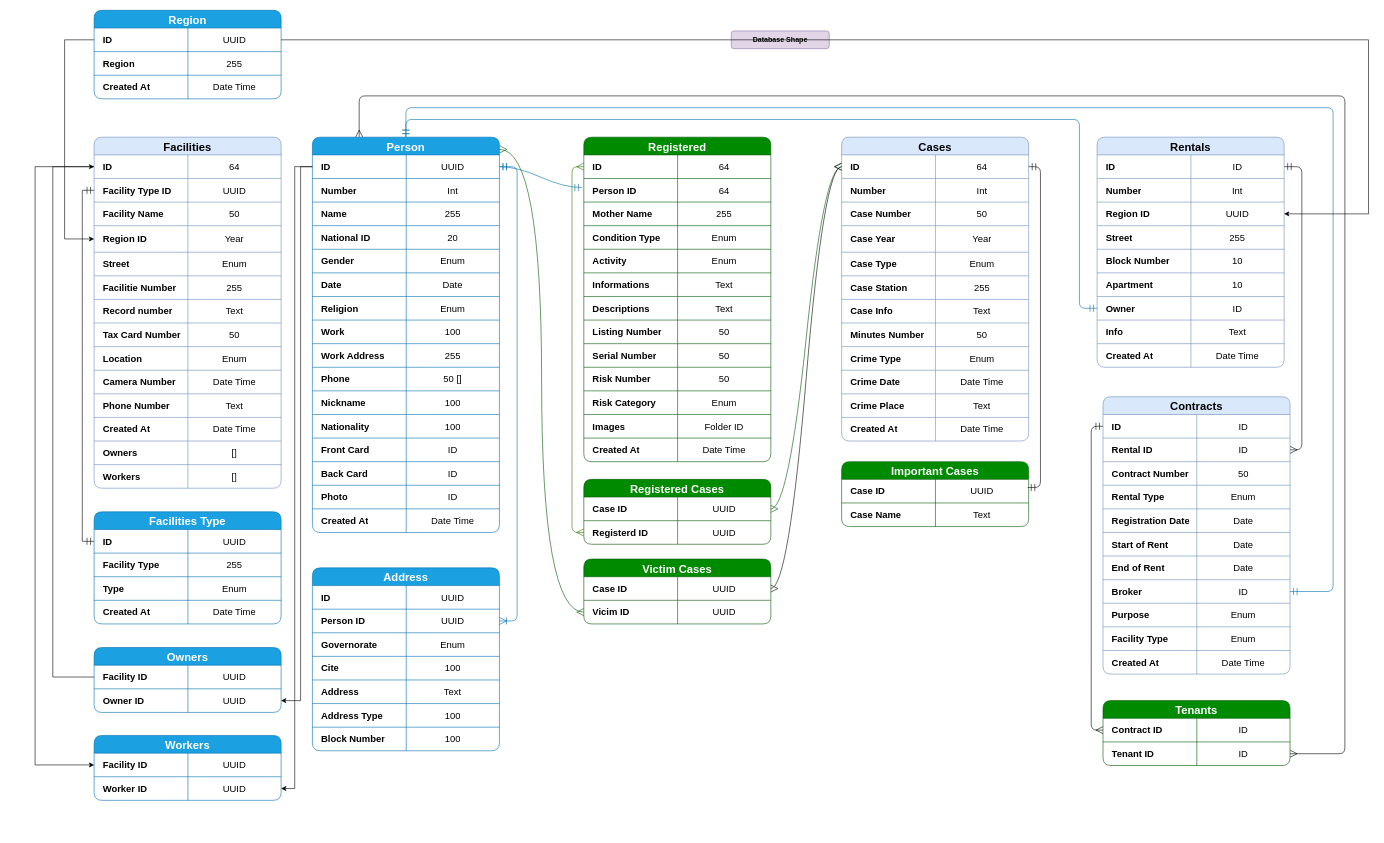
Above: archive.drawio in JS-Developer-HM/draft0 (draw.io), before the change. Source tidied: cells renumbered, new cells numbered last; positions are measured from the earlier drawing's top-left corner, leaving out a move shared by most shapes. Both pictures are drawn from the tidied source at 59%, with x=0, y=0 at pixel (35, 10).
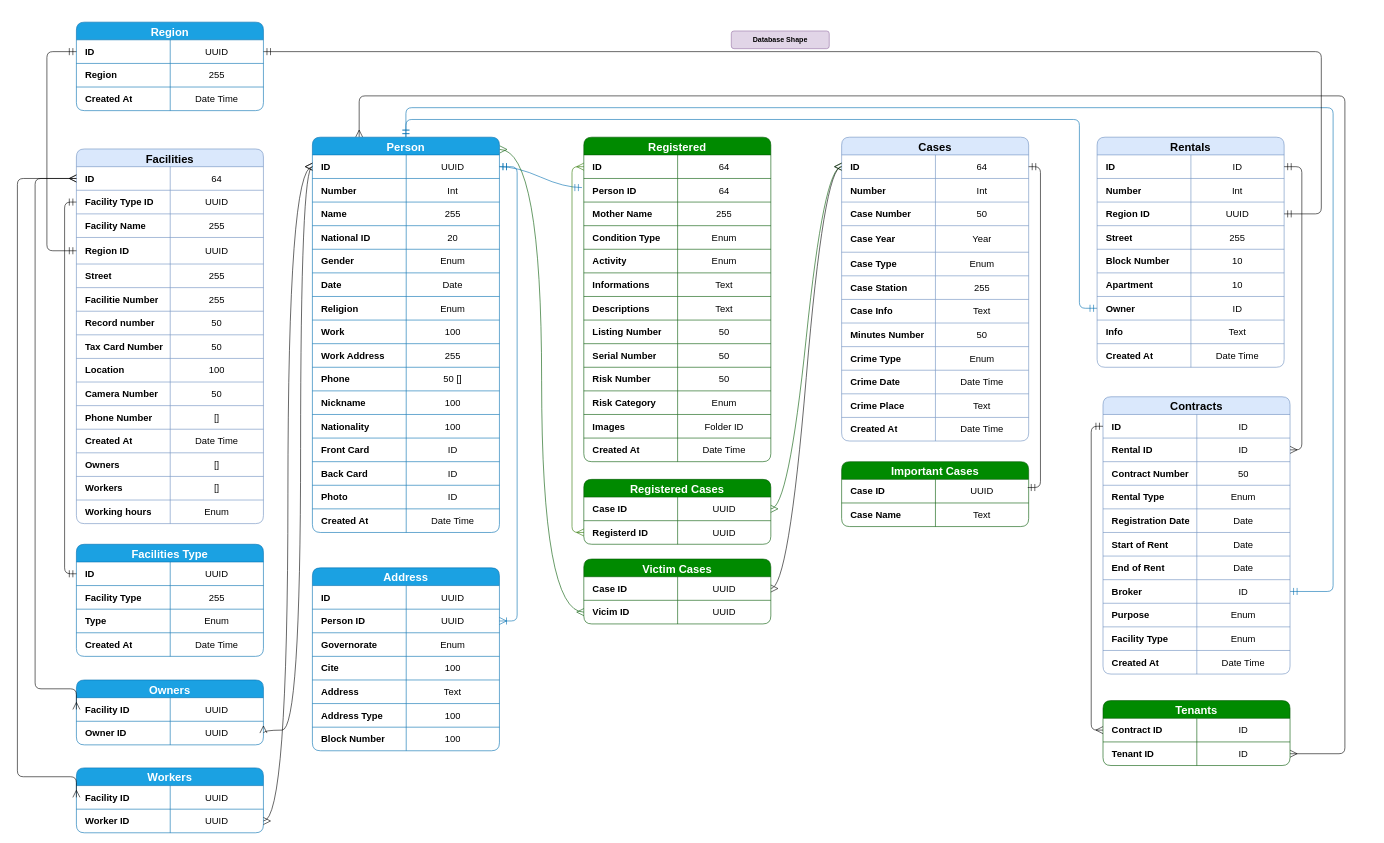
The same page after the edit.

The change refers to these unchanged cells:
```xml
<mxCell id="7" style="shape=tableRow;horizontal=0;startSize=0;swimlaneHead=0;swimlaneBody=0;strokeColor=inherit;top=0;left=0;bottom=0;right=0;fillColor=none;points=[[0,0.5],[1,0.5]];portConstraint=eastwest;fontSize=16;shadow=0;" parent="6" vertex="1">
  <mxGeometry y="30" width="317" height="40" as="geometry" />
</mxCell>
<mxCell id="189" style="shape=tableRow;horizontal=0;startSize=0;swimlaneHead=0;swimlaneBody=0;strokeColor=inherit;top=0;left=0;bottom=0;right=0;fillColor=none;points=[[0,0.5],[1,0.5]];portConstraint=eastwest;fontSize=16;shadow=0;" parent="182" vertex="1">
  <mxGeometry y="110" width="317" height="40" as="geometry" />
</mxCell>
<mxCell id="254" style="shape=tableRow;horizontal=0;startSize=0;swimlaneHead=0;swimlaneBody=0;strokeColor=inherit;top=0;left=0;bottom=0;right=0;fillColor=none;points=[[0,0.5],[1,0.5]];portConstraint=eastwest;fontSize=16;shadow=0;" parent="253" vertex="1">
  <mxGeometry y="30" width="317" height="40" as="geometry" />
</mxCell>
<mxCell id="257" style="shape=tableRow;horizontal=0;startSize=0;swimlaneHead=0;swimlaneBody=0;strokeColor=inherit;top=0;left=0;bottom=0;right=0;fillColor=none;points=[[0,0.5],[1,0.5]];portConstraint=eastwest;fontSize=16;shadow=0;" parent="253" vertex="1">
  <mxGeometry y="70" width="317" height="40" as="geometry" />
</mxCell>
<mxCell id="260" style="shape=tableRow;horizontal=0;startSize=0;swimlaneHead=0;swimlaneBody=0;strokeColor=inherit;top=0;left=0;bottom=0;right=0;fillColor=none;fontSize=16;shadow=0;" parent="253" vertex="1">
  <mxGeometry y="110" width="317" height="40" as="geometry" />
</mxCell>
<mxCell id="263" style="shape=tableRow;horizontal=0;startSize=0;swimlaneHead=0;swimlaneBody=0;strokeColor=inherit;top=0;left=0;bottom=0;right=0;fillColor=none;points=[[0,0.5],[1,0.5]];portConstraint=eastwest;fontSize=16;shadow=0;" parent="253" vertex="1">
  <mxGeometry y="150" width="317" height="45" as="geometry" />
</mxCell>
<mxCell id="266" style="shape=tableRow;horizontal=0;startSize=0;swimlaneHead=0;swimlaneBody=0;strokeColor=inherit;top=0;left=0;bottom=0;right=0;fillColor=none;fontSize=16;shadow=0;" parent="253" vertex="1">
  <mxGeometry y="195" width="317" height="40" as="geometry" />
</mxCell>
<mxCell id="272" style="shape=tableRow;horizontal=0;startSize=0;swimlaneHead=0;swimlaneBody=0;strokeColor=inherit;top=0;left=0;bottom=0;right=0;fillColor=none;fontSize=16;shadow=0;" parent="253" vertex="1">
  <mxGeometry y="275" width="317" height="40" as="geometry" />
</mxCell>
<mxCell id="278" style="shape=tableRow;horizontal=0;startSize=0;swimlaneHead=0;swimlaneBody=0;strokeColor=inherit;top=0;left=0;bottom=0;right=0;fillColor=none;fontSize=16;shadow=0;" parent="253" vertex="1">
  <mxGeometry y="355" width="317" height="40" as="geometry" />
</mxCell>
<mxCell id="281" style="shape=tableRow;horizontal=0;startSize=0;swimlaneHead=0;swimlaneBody=0;strokeColor=inherit;top=0;left=0;bottom=0;right=0;fillColor=none;fontSize=16;shadow=0;" parent="253" vertex="1">
  <mxGeometry y="395" width="317" height="40" as="geometry" />
</mxCell>
<mxCell id="284" style="shape=tableRow;horizontal=0;startSize=0;swimlaneHead=0;swimlaneBody=0;strokeColor=inherit;top=0;left=0;bottom=0;right=0;fillColor=none;fontSize=16;shadow=0;" parent="253" vertex="1">
  <mxGeometry y="435" width="317" height="40" as="geometry" />
</mxCell>
<mxCell id="297" style="shape=tableRow;horizontal=0;startSize=0;swimlaneHead=0;swimlaneBody=0;strokeColor=inherit;top=0;left=0;bottom=0;right=0;fillColor=none;points=[[0,0.5],[1,0.5]];portConstraint=eastwest;fontSize=16;shadow=0;" parent="296" vertex="1">
  <mxGeometry y="30" width="317" height="40" as="geometry" />
</mxCell>
<mxCell id="311" style="shape=tableRow;horizontal=0;startSize=0;swimlaneHead=0;swimlaneBody=0;strokeColor=inherit;top=0;left=0;bottom=0;right=0;fillColor=none;points=[[0,0.5],[1,0.5]];portConstraint=eastwest;fontSize=16;shadow=0;" parent="310" vertex="1">
  <mxGeometry y="30" width="317" height="40" as="geometry" />
</mxCell>
<mxCell id="323" style="shape=tableRow;horizontal=0;startSize=0;swimlaneHead=0;swimlaneBody=0;strokeColor=inherit;top=0;left=0;bottom=0;right=0;fillColor=none;points=[[0,0.5],[1,0.5]];portConstraint=eastwest;fontSize=16;shadow=0;" parent="322" vertex="1">
  <mxGeometry y="30" width="317" height="40" as="geometry" />
</mxCell>
<mxCell id="326" style="shape=tableRow;horizontal=0;startSize=0;swimlaneHead=0;swimlaneBody=0;strokeColor=inherit;top=0;left=0;bottom=0;right=0;fillColor=none;points=[[0,0.5],[1,0.5]];portConstraint=eastwest;fontSize=16;shadow=0;" parent="322" vertex="1">
  <mxGeometry y="70" width="317" height="40" as="geometry" />
</mxCell>
<mxCell id="330" style="shape=tableRow;horizontal=0;startSize=0;swimlaneHead=0;swimlaneBody=0;strokeColor=inherit;top=0;left=0;bottom=0;right=0;fillColor=none;points=[[0,0.5],[1,0.5]];portConstraint=eastwest;fontSize=16;shadow=0;" parent="329" vertex="1">
  <mxGeometry y="30" width="317" height="40" as="geometry" />
</mxCell>
<mxCell id="333" style="shape=tableRow;horizontal=0;startSize=0;swimlaneHead=0;swimlaneBody=0;strokeColor=inherit;top=0;left=0;bottom=0;right=0;fillColor=none;points=[[0,0.5],[1,0.5]];portConstraint=eastwest;fontSize=16;shadow=0;" parent="329" vertex="1">
  <mxGeometry y="70" width="317" height="40" as="geometry" />
</mxCell>
```

Change to the diagram source:
```diff
@@
     <mxCell id="253" value="Facilities" style="shape=table;startSize=30;childLayout=tableLayout;strokeColor=light-dark(#6C8EBF,#FF3333);fontSize=19;fillColor=light-dark(#DAE8FC,#FF3333);rounded=1;fontStyle=1;" parent="1" vertex="1">
-      <mxGeometry x="100" y="215" width="317" height="595" as="geometry" />
+      <mxGeometry x="70" y="235" width="317" height="635" as="geometry" />
     </mxCell>
@@
-    <mxCell id="262" value="50" style="shape=partialRectangle;html=1;whiteSpace=wrap;strokeColor=inherit;overflow=hidden;fillColor=none;top=0;left=0;bottom=0;right=0;fontSize=16;shadow=0;" parent="260" vertex="1">
+    <mxCell id="262" value="255" style="shape=partialRectangle;html=1;whiteSpace=wrap;strokeColor=inherit;overflow=hidden;fillColor=none;top=0;left=0;bottom=0;right=0;fontSize=16;shadow=0;" parent="260" vertex="1">
       <mxGeometry x="159" width="158" height="40" as="geometry" />
     </mxCell>
@@
-    <mxCell id="265" value="Year" style="shape=partialRectangle;html=1;whiteSpace=wrap;strokeColor=inherit;overflow=hidden;fillColor=none;top=0;left=0;bottom=0;right=0;fontSize=16;shadow=0;" parent="263" vertex="1">
+    <mxCell id="265" value="UUID" style="shape=partialRectangle;html=1;whiteSpace=wrap;strokeColor=inherit;overflow=hidden;fillColor=none;top=0;left=0;bottom=0;right=0;fontSize=16;shadow=0;" parent="263" vertex="1">
       <mxGeometry x="159" width="158" height="45" as="geometry" />
     </mxCell>
@@
-    <mxCell id="268" value="Enum" style="shape=partialRectangle;html=1;whiteSpace=wrap;strokeColor=inherit;overflow=hidden;fillColor=none;top=0;left=0;bottom=0;right=0;fontSize=16;shadow=0;" parent="266" vertex="1">
+    <mxCell id="268" value="255" style="shape=partialRectangle;html=1;whiteSpace=wrap;strokeColor=inherit;overflow=hidden;fillColor=none;top=0;left=0;bottom=0;right=0;fontSize=16;shadow=0;" parent="266" vertex="1">
       <mxGeometry x="159" width="158" height="40" as="geometry" />
     </mxCell>
@@
-    <mxCell id="274" value="Text" style="shape=partialRectangle;html=1;whiteSpace=wrap;strokeColor=inherit;overflow=hidden;fillColor=none;top=0;left=0;bottom=0;right=0;fontSize=16;shadow=0;" parent="272" vertex="1">
+    <mxCell id="274" value="50" style="shape=partialRectangle;html=1;whiteSpace=wrap;strokeColor=inherit;overflow=hidden;fillColor=none;top=0;left=0;bottom=0;right=0;fontSize=16;shadow=0;" parent="272" vertex="1">
       <mxGeometry x="159" width="158" height="40" as="geometry" />
     </mxCell>
@@
-    <mxCell id="280" value="Enum" style="shape=partialRectangle;html=1;whiteSpace=wrap;strokeColor=inherit;overflow=hidden;fillColor=none;top=0;left=0;bottom=0;right=0;fontSize=16;shadow=0;" parent="278" vertex="1">
+    <mxCell id="280" value="100" style="shape=partialRectangle;html=1;whiteSpace=wrap;strokeColor=inherit;overflow=hidden;fillColor=none;top=0;left=0;bottom=0;right=0;fontSize=16;shadow=0;" parent="278" vertex="1">
       <mxGeometry x="159" width="158" height="40" as="geometry" />
     </mxCell>
@@
-    <mxCell id="283" value="Date Time" style="shape=partialRectangle;html=1;whiteSpace=wrap;strokeColor=inherit;overflow=hidden;fillColor=none;top=0;left=0;bottom=0;right=0;fontSize=16;shadow=0;" parent="281" vertex="1">
+    <mxCell id="283" value="50" style="shape=partialRectangle;html=1;whiteSpace=wrap;strokeColor=inherit;overflow=hidden;fillColor=none;top=0;left=0;bottom=0;right=0;fontSize=16;shadow=0;" parent="281" vertex="1">
       <mxGeometry x="159" width="158" height="40" as="geometry" />
     </mxCell>
@@
-    <mxCell id="286" value="Text" style="shape=partialRectangle;html=1;whiteSpace=wrap;strokeColor=inherit;overflow=hidden;fillColor=none;top=0;left=0;bottom=0;right=0;fontSize=16;shadow=0;" parent="284" vertex="1">
+    <mxCell id="286" value="[]" style="shape=partialRectangle;html=1;whiteSpace=wrap;strokeColor=inherit;overflow=hidden;fillColor=none;top=0;left=0;bottom=0;right=0;fontSize=16;shadow=0;" parent="284" vertex="1">
       <mxGeometry x="159" width="158" height="40" as="geometry" />
     </mxCell>
@@
+    <mxCell id="340" style="shape=tableRow;horizontal=0;startSize=0;swimlaneHead=0;swimlaneBody=0;strokeColor=inherit;top=0;left=0;bottom=0;right=0;fillColor=none;fontSize=16;shadow=0;" parent="253" vertex="1">
+      <mxGeometry y="595" width="317" height="40" as="geometry" />
+    </mxCell>
+    <mxCell id="341" value="Working hours" style="shape=partialRectangle;html=1;strokeColor=inherit;overflow=hidden;fillColor=none;top=0;left=0;bottom=0;right=0;fontSize=16;shadow=0;fontStyle=1;fontColor=light-dark(#000000,#CCCCFF);align=left;verticalAlign=middle;labelBackgroundColor=none;labelBorderColor=none;textShadow=0;whiteSpace=wrap;spacingTop=0;spacing=2;spacingLeft=13;" parent="340" vertex="1">
+      <mxGeometry width="159" height="40" as="geometry" />
+    </mxCell>
+    <mxCell id="342" value="Enum" style="shape=partialRectangle;html=1;whiteSpace=wrap;strokeColor=inherit;overflow=hidden;fillColor=none;top=0;left=0;bottom=0;right=0;fontSize=16;shadow=0;" parent="340" vertex="1">
+      <mxGeometry x="159" width="158" height="40" as="geometry" />
+    </mxCell>
     <mxCell id="296" value="Facilities Type" style="shape=table;startSize=30;childLayout=tableLayout;strokeColor=light-dark(#006EAF,#FF3333);fontSize=19;fillColor=light-dark(#1BA1E2,#FF3333);fontColor=light-dark(#FFFFFF,#FCFCFC);rounded=1;fontStyle=1;" parent="1" vertex="1">
-      <mxGeometry x="100" y="850" width="317" height="190" as="geometry" />
+      <mxGeometry x="70" y="905" width="317" height="190" as="geometry" />
     </mxCell>
@@
-    <mxCell id="309" style="edgeStyle=orthogonalEdgeStyle;rounded=0;jettySize=auto;html=1;exitX=0;exitY=0.5;exitDx=0;exitDy=0;entryX=0;entryY=0.5;entryDx=0;entryDy=0;endSize=10;startSize=10;endArrow=ERmandOne;endFill=0;startArrow=ERmandOne;startFill=0;strokeColor=light-dark(#000000,#FF3333);" parent="1" edge="1" source="257" target="297">
+    <mxCell id="309" style="edgeStyle=orthogonalEdgeStyle;rounded=1;jettySize=auto;html=1;exitX=0;exitY=0.5;exitDx=0;exitDy=0;entryX=0;entryY=0.5;entryDx=0;entryDy=0;endSize=10;startSize=10;endArrow=ERmandOne;endFill=0;startArrow=ERmandOne;startFill=0;strokeColor=light-dark(#000000,#FF3333);curved=0;" parent="1" edge="1" source="257" target="297">
       <mxGeometry relative="1" as="geometry" />
     </mxCell>
     <mxCell id="310" value="Region" style="shape=table;startSize=30;childLayout=tableLayout;strokeColor=light-dark(#006EAF,#FF3333);fontSize=19;fillColor=light-dark(#1BA1E2,#FF3333);fontColor=light-dark(#FFFFFF,#FCFCFC);rounded=1;fontStyle=1;" parent="1" vertex="1">
-      <mxGeometry x="100" width="317" height="150" as="geometry" />
+      <mxGeometry x="70" y="20" width="317" height="150" as="geometry" />
     </mxCell>
@@
-    <mxCell id="320" style="edgeStyle=orthogonalEdgeStyle;rounded=0;jettySize=auto;html=1;exitX=0;exitY=0.5;exitDx=0;exitDy=0;entryX=0;entryY=0.5;entryDx=0;entryDy=0;" parent="1" edge="1" source="311" target="263">
+    <mxCell id="320" style="edgeStyle=orthogonalEdgeStyle;rounded=1;jettySize=auto;html=1;exitX=0;exitY=0.5;exitDx=0;exitDy=0;entryX=0;entryY=0.5;entryDx=0;entryDy=0;strokeColor=light-dark(#000000,#FF3333);endSize=10;startSize=10;endArrow=ERmandOne;endFill=0;startArrow=ERmandOne;startFill=0;curved=0;" parent="1" edge="1" source="311" target="263">
       <mxGeometry relative="1" as="geometry">
         <Array as="points">
-          <mxPoint x="50" y="50" />
-          <mxPoint x="50" y="388" />
+          <mxPoint x="20" y="70" />
+          <mxPoint x="20" y="408" />
         </Array>
       </mxGeometry>
     </mxCell>
-    <mxCell id="321" style="edgeStyle=orthogonalEdgeStyle;rounded=0;jettySize=auto;html=1;exitX=1;exitY=0.5;exitDx=0;exitDy=0;entryX=1;entryY=0.5;entryDx=0;entryDy=0;" parent="1" edge="1" source="311" target="189">
-      <mxGeometry relative="1" as="geometry">
-        <Array as="points">
-          <mxPoint x="2260" y="50" />
-          <mxPoint x="2260" y="345" />
-        </Array>
-      </mxGeometry>
-    </mxCell>
     <mxCell id="322" value="Owners" style="shape=table;startSize=30;childLayout=tableLayout;strokeColor=light-dark(#006EAF,#FF3333);fontSize=19;fillColor=light-dark(#1BA1E2,#FF3333);fontColor=light-dark(#FFFFFF,#FCFCFC);rounded=1;fontStyle=1;" parent="1" vertex="1">
-      <mxGeometry x="100" y="1080" width="317" height="110" as="geometry" />
+      <mxGeometry x="70" y="1135" width="317" height="110" as="geometry" />
     </mxCell>
@@
     <mxCell id="329" value="Workers" style="shape=table;startSize=30;childLayout=tableLayout;strokeColor=light-dark(#006EAF,#FF3333);fontSize=19;fillColor=light-dark(#1BA1E2,#FF3333);fontColor=light-dark(#FFFFFF,#FCFCFC);rounded=1;fontStyle=1;" parent="1" vertex="1">
-      <mxGeometry x="100" y="1229" width="317" height="110" as="geometry" />
+      <mxGeometry x="70" y="1284" width="317" height="110" as="geometry" />
     </mxCell>
@@
-    <mxCell id="336" style="edgeStyle=orthogonalEdgeStyle;rounded=0;jettySize=auto;html=1;exitX=0;exitY=0.5;exitDx=0;exitDy=0;entryX=0;entryY=0.5;entryDx=0;entryDy=0;" parent="1" edge="1" source="323" target="254">
+    <mxCell id="336" style="edgeStyle=orthogonalEdgeStyle;rounded=1;jettySize=auto;html=1;exitX=0;exitY=0.5;exitDx=0;exitDy=0;entryX=0;entryY=0.5;entryDx=0;entryDy=0;strokeColor=light-dark(#000000,#FF3333);endSize=10;startSize=10;endArrow=ERmany;endFill=0;startArrow=ERmany;startFill=0;curved=0;" parent="1" edge="1" source="323" target="254">
       <mxGeometry relative="1" as="geometry">
         <Array as="points">
-          <mxPoint x="30" y="1130" />
-          <mxPoint x="30" y="265" />
+          <mxPoint y="1150" />
+          <mxPoint y="285" />
         </Array>
       </mxGeometry>
     </mxCell>
-    <mxCell id="337" style="edgeStyle=orthogonalEdgeStyle;rounded=0;jettySize=auto;html=1;exitX=0;exitY=0.5;exitDx=0;exitDy=0;entryX=0;entryY=0.5;entryDx=0;entryDy=0;" parent="1" edge="1" source="254" target="330">
+    <mxCell id="337" style="edgeStyle=orthogonalEdgeStyle;rounded=1;jettySize=auto;html=1;exitX=0;exitY=0.5;exitDx=0;exitDy=0;entryX=0;entryY=0.5;entryDx=0;entryDy=0;strokeColor=light-dark(#000000,#FF3333);endSize=10;startSize=10;endArrow=ERmany;endFill=0;startArrow=ERmany;startFill=0;curved=0;" parent="1" edge="1" source="254" target="330">
       <mxGeometry relative="1" as="geometry">
         <Array as="points">
-          <mxPoint y="265" />
-          <mxPoint y="1279" />
+          <mxPoint x="-30" y="285" />
+          <mxPoint x="-30" y="1299" />
         </Array>
       </mxGeometry>
     </mxCell>
-    <mxCell id="338" style="edgeStyle=orthogonalEdgeStyle;rounded=0;jettySize=auto;html=1;exitX=0;exitY=0.5;exitDx=0;exitDy=0;entryX=1;entryY=0.5;entryDx=0;entryDy=0;" parent="1" edge="1" source="7" target="326">
-      <mxGeometry relative="1" as="geometry">
-        <Array as="points">
-          <mxPoint x="450" y="265" />
-          <mxPoint x="450" y="1170" />
-        </Array>
-      </mxGeometry>
-    </mxCell>
-    <mxCell id="339" style="edgeStyle=orthogonalEdgeStyle;rounded=0;jettySize=auto;html=1;exitX=0;exitY=0.5;exitDx=0;exitDy=0;entryX=1;entryY=0.5;entryDx=0;entryDy=0;" parent="1" edge="1" source="7" target="333">
-      <mxGeometry relative="1" as="geometry">
-        <Array as="points">
-          <mxPoint x="440" y="265" />
-          <mxPoint x="440" y="1319" />
-        </Array>
-      </mxGeometry>
-    </mxCell>
+    <mxCell id="343" style="edgeStyle=orthogonalEdgeStyle;rounded=0;jettySize=auto;html=1;exitX=1;exitY=0.5;exitDx=0;exitDy=0;entryX=0;entryY=0.5;entryDx=0;entryDy=0;strokeColor=light-dark(#000000,#FF3333);endSize=10;startSize=10;endArrow=ERmany;endFill=0;startArrow=ERmany;startFill=0;curved=1;" parent="1" edge="1" source="333" target="7">
+      <mxGeometry relative="1" as="geometry" />
+    </mxCell>
+    <mxCell id="344" style="edgeStyle=orthogonalEdgeStyle;rounded=0;jettySize=auto;html=1;exitX=1;exitY=0.5;exitDx=0;exitDy=0;entryX=0;entryY=0.5;entryDx=0;entryDy=0;endArrow=ERmany;endFill=0;startArrow=ERmany;startFill=0;strokeColor=light-dark(#000000,#FF3333);endSize=10;startSize=10;curved=1;" parent="1" edge="1" source="326" target="7">
+      <mxGeometry relative="1" as="geometry">
+        <Array as="points">
+          <mxPoint x="387" y="1220" />
+          <mxPoint x="450" y="1220" />
+          <mxPoint x="450" y="265" />
+        </Array>
+      </mxGeometry>
+    </mxCell>
+    <mxCell id="321" style="edgeStyle=orthogonalEdgeStyle;rounded=1;jettySize=auto;html=1;exitX=1;exitY=0.5;exitDx=0;exitDy=0;entryX=1;entryY=0.5;entryDx=0;entryDy=0;strokeColor=light-dark(#000000,#FF3333);endSize=10;startSize=10;endArrow=ERmandOne;endFill=0;startArrow=ERmandOne;startFill=0;curved=0;" parent="1" edge="1" source="311" target="189">
+      <mxGeometry relative="1" as="geometry">
+        <Array as="points">
+          <mxPoint x="2180" y="70" />
+          <mxPoint x="2180" y="345" />
+        </Array>
+      </mxGeometry>
+    </mxCell>
```
